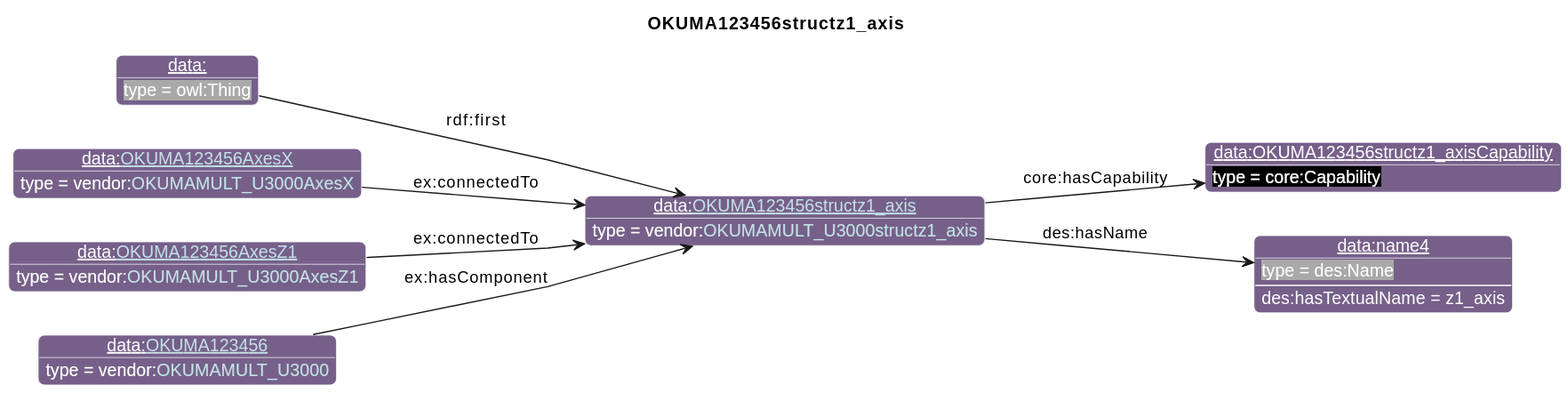
This is diagrams/OKUMA123456structz1_axis.svg from iofoundry/example-syseng-mtconnect, a PlantUML export, as it was before one commit. The source it was exported from:
```plantuml
@startuml
!include ../iof.iuml

<style>
object {
  HyperlinkColor #C4E1E6
}
</style>

left to right direction
skinparam linetype polyline
title OKUMA123456structz1_axis

!$default_direction = down

!$namespace_colors = { "bfo":"DFA702",
                      "iof":"1E90FF",
                      "ns":"Green",
                      "ns1":"76608A",
                      "core":"000000",
                      "ex":"Green",
                      "data":"76608A",
                      "vendor":"76608A",
                      "units":"8A2D3B",
                      "cmns-dsg":"3A0519",
                      "qp":"641B2E"
      }
individual(o0, data:[[./OKUMA123456structz1_axis.html OKUMA123456structz1_axis]], vendor:[[../OKUMA.html#OKUMAMULT_U3000structz1_axis OKUMAMULT_U3000structz1_axis]])
individual(o1, data:OKUMA123456structz1_axisCapability, core:Capability)
individual(o2, data:name4, des:Name)
individual(o3, data:, owl:Thing)
individual(o4, data:[[./OKUMA123456AxesX.html OKUMA123456AxesX]], vendor:[[../OKUMA.html#OKUMAMULT_U3000AxesX OKUMAMULT_U3000AxesX]])
individual(o5, data:[[./OKUMA123456AxesZ1.html OKUMA123456AxesZ1]], vendor:[[../OKUMA.html#OKUMAMULT_U3000AxesZ1 OKUMAMULT_U3000AxesZ1]])
individual(o6, data:[[./OKUMA123456.html OKUMA123456]], vendor:[[../OKUMA.html#OKUMAMULT_U3000 OKUMAMULT_U3000]])
property(o0, "core:hasCapability", o1)
property(o0, "des:hasName", o2)
data(o2, "des:hasTextualName", "z1_axis")
property(o3, "rdf:first", o0)
property(o4, "ex:connectedTo", o0)
property(o5, "ex:connectedTo", o0)
property(o6, "ex:hasComponent", o0)
@enduml
```
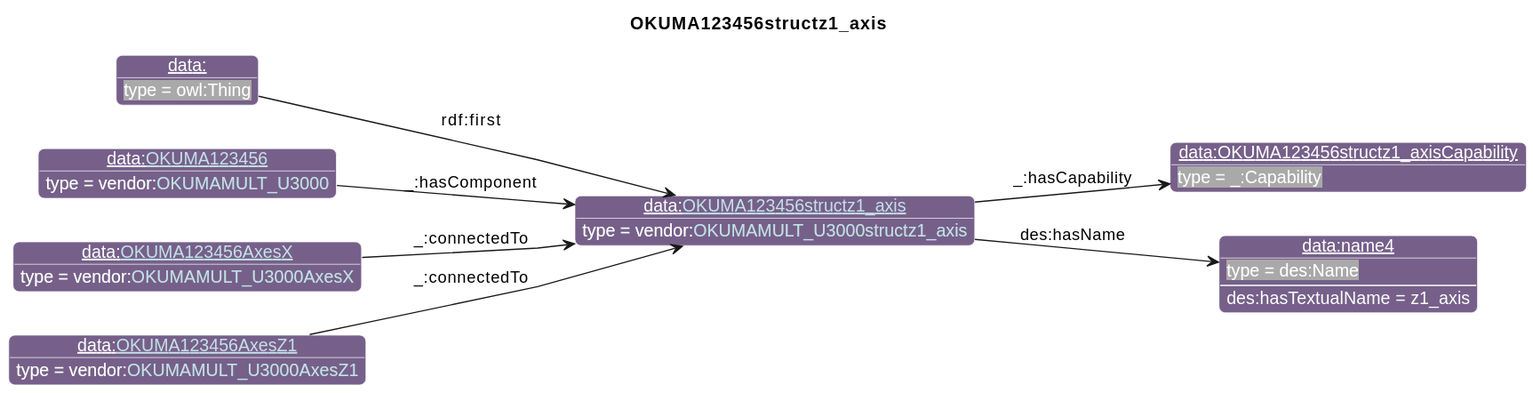
Above is the later version.

What changed in the source:
```diff
@@ -26,17 +26,17 @@
                       "qp":"641B2E"
       }
 individual(o0, data:[[./OKUMA123456structz1_axis.html OKUMA123456structz1_axis]], vendor:[[../OKUMA.html#OKUMAMULT_U3000structz1_axis OKUMAMULT_U3000structz1_axis]])
-individual(o1, data:OKUMA123456structz1_axisCapability, core:Capability)
+individual(o1, data:OKUMA123456structz1_axisCapability, _:Capability)
 individual(o2, data:name4, des:Name)
 individual(o3, data:, owl:Thing)
-individual(o4, data:[[./OKUMA123456AxesX.html OKUMA123456AxesX]], vendor:[[../OKUMA.html#OKUMAMULT_U3000AxesX OKUMAMULT_U3000AxesX]])
-individual(o5, data:[[./OKUMA123456AxesZ1.html OKUMA123456AxesZ1]], vendor:[[../OKUMA.html#OKUMAMULT_U3000AxesZ1 OKUMAMULT_U3000AxesZ1]])
-individual(o6, data:[[./OKUMA123456.html OKUMA123456]], vendor:[[../OKUMA.html#OKUMAMULT_U3000 OKUMAMULT_U3000]])
-property(o0, "core:hasCapability", o1)
+individual(o4, data:[[./OKUMA123456.html OKUMA123456]], vendor:[[../OKUMA.html#OKUMAMULT_U3000 OKUMAMULT_U3000]])
+individual(o5, data:[[./OKUMA123456AxesX.html OKUMA123456AxesX]], vendor:[[../OKUMA.html#OKUMAMULT_U3000AxesX OKUMAMULT_U3000AxesX]])
+individual(o6, data:[[./OKUMA123456AxesZ1.html OKUMA123456AxesZ1]], vendor:[[../OKUMA.html#OKUMAMULT_U3000AxesZ1 OKUMAMULT_U3000AxesZ1]])
+property(o0, "_:hasCapability", o1)
 property(o0, "des:hasName", o2)
 data(o2, "des:hasTextualName", "z1_axis")
 property(o3, "rdf:first", o0)
-property(o4, "ex:connectedTo", o0)
-property(o5, "ex:connectedTo", o0)
-property(o6, "ex:hasComponent", o0)
+property(o4, "_:hasComponent", o0)
+property(o5, "_:connectedTo", o0)
+property(o6, "_:connectedTo", o0)
 @enduml
```
